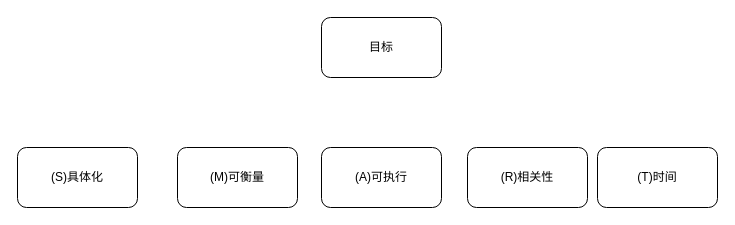
Earlier version of the draw.io diagram smart法则.drawio (stylinlin/DrawIo-Online). Source tidied: cells renumbered, new cells numbered last; positions are measured from the earlier drawing's top-left corner, leaving out a move shared by most shapes. Both pictures are drawn from the tidied source at 100%, with x=0, y=0 at pixel (17, 17).
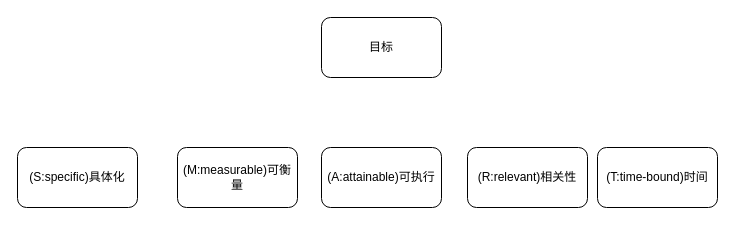
The same diagram, later.

The edit, as a diff of the source:
```diff
@@
 <mxGraphModel>
   <root>
     <mxCell id="0" />
     <mxCell id="1" parent="0" />
     <mxCell id="2" value="目标" style="rounded=1;whiteSpace=wrap;html=1;" parent="1" vertex="1">
       <mxGeometry x="304" width="120" height="60" as="geometry" />
     </mxCell>
-    <mxCell id="3" value="(S)具体化" style="rounded=1;whiteSpace=wrap;html=1;" parent="1" vertex="1">
+    <mxCell id="3" value="(S:specific)具体化" style="rounded=1;whiteSpace=wrap;html=1;" parent="1" vertex="1">
       <mxGeometry y="130" width="120" height="60" as="geometry" />
     </mxCell>
-    <mxCell id="4" value="(M)可衡量" style="rounded=1;whiteSpace=wrap;html=1;" parent="1" vertex="1">
+    <mxCell id="4" value="(M:measurable)可衡量" style="rounded=1;whiteSpace=wrap;html=1;" parent="1" vertex="1">
       <mxGeometry x="160" y="130" width="120" height="60" as="geometry" />
     </mxCell>
-    <mxCell id="5" value="(T)时间" style="rounded=1;whiteSpace=wrap;html=1;" parent="1" vertex="1">
+    <mxCell id="5" value="(T:time-bound)时间" style="rounded=1;whiteSpace=wrap;html=1;" parent="1" vertex="1">
       <mxGeometry x="580" y="130" width="120" height="60" as="geometry" />
     </mxCell>
-    <mxCell id="6" value="(R)相关性" style="rounded=1;whiteSpace=wrap;html=1;" parent="1" vertex="1">
+    <mxCell id="6" value="(R:relevant)相关性" style="rounded=1;whiteSpace=wrap;html=1;" parent="1" vertex="1">
       <mxGeometry x="450" y="130" width="120" height="60" as="geometry" />
     </mxCell>
-    <mxCell id="7" value="(A)可执行" style="rounded=1;whiteSpace=wrap;html=1;" parent="1" vertex="1">
+    <mxCell id="7" value="(A:attainable)可执行" style="rounded=1;whiteSpace=wrap;html=1;" parent="1" vertex="1">
       <mxGeometry x="304" y="130" width="120" height="60" as="geometry" />
     </mxCell>
   </root>
 </mxGraphModel>
```
